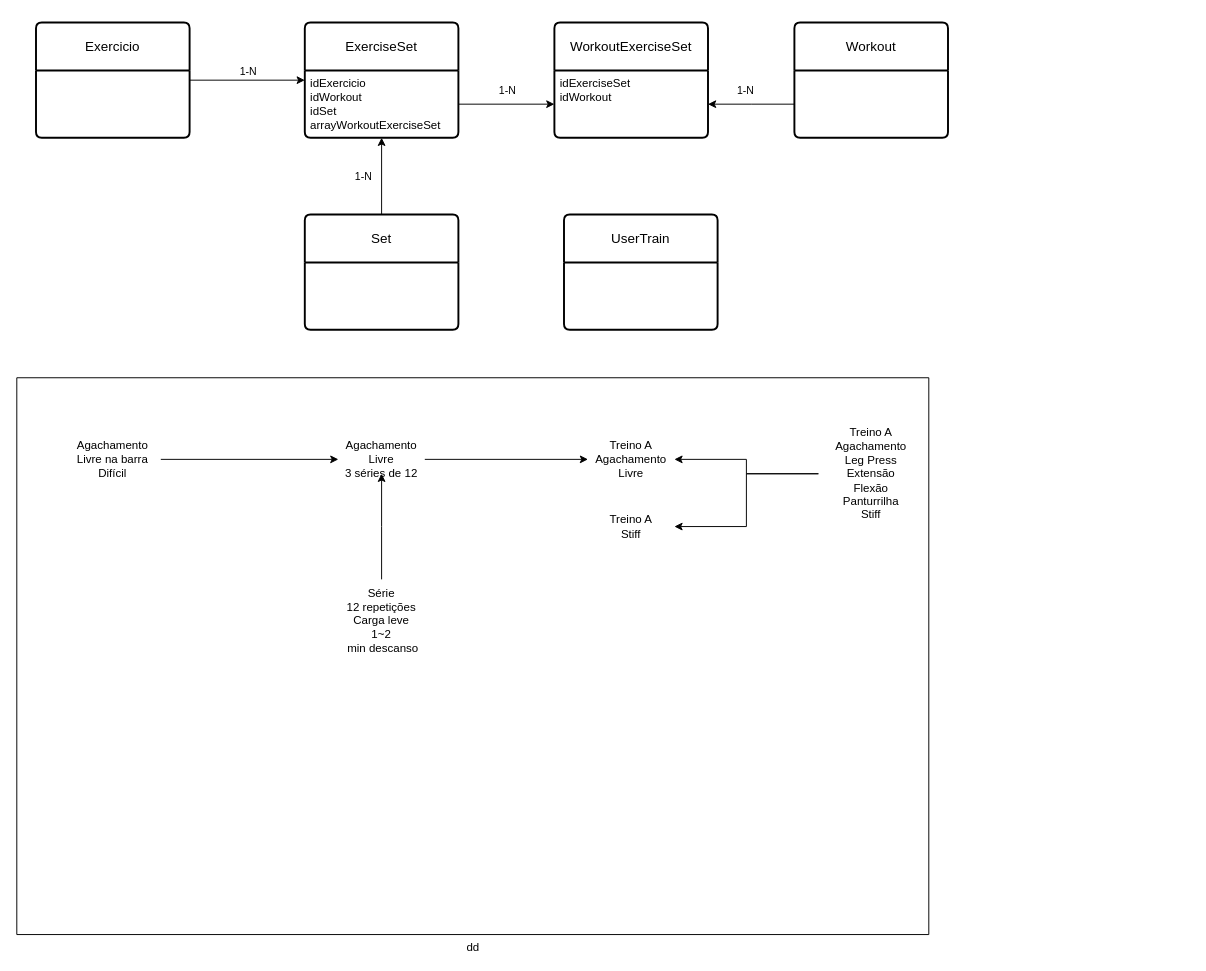
The draw.io diagram er/workouts.drawio in r3soares/akd, before the edit. Source tidied: cells renumbered, new cells numbered last; positions are measured from the earlier drawing's top-left corner, leaving out a move shared by most shapes. Both pictures are drawn from the tidied source at 96%, with x=0, y=0 at pixel (16, 22).
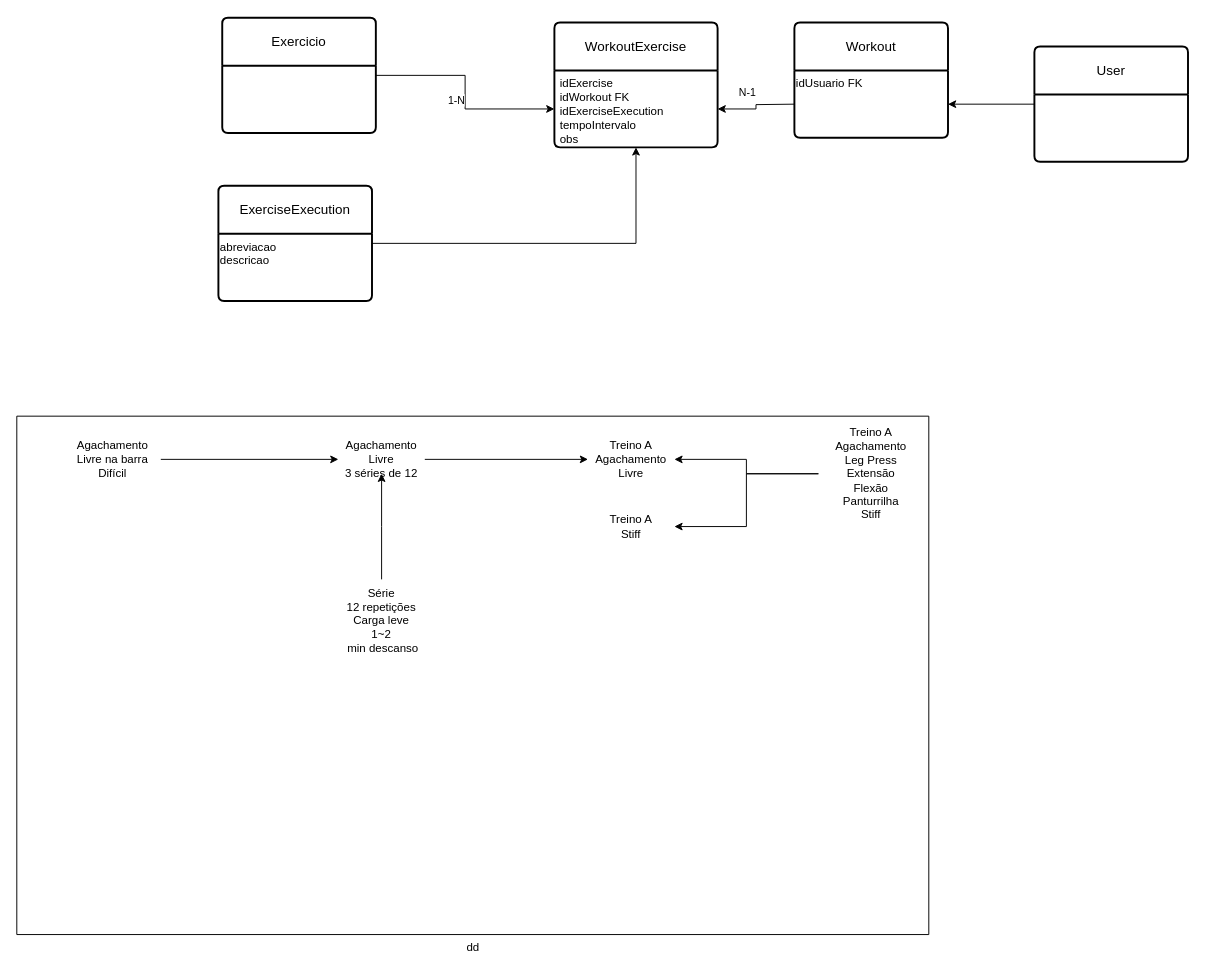
The same diagram, later.

Unchanged cells that the change refers to:
```xml
<mxCell id="10" value="Workout" style="swimlane;horizontal=1;startSize=50;rounded=1;fontSize=14;fontStyle=0;strokeWidth=2;shadow=0;dashed=0;align=center;arcSize=4;whiteSpace=wrap;html=1;" parent="1" vertex="1">
  <mxGeometry x="810" width="160" height="120" as="geometry" />
</mxCell>
```

The edit, as a diff of the source:
```diff
@@
-    <mxCell id="2" style="edgeStyle=orthogonalEdgeStyle;rounded=0;jettySize=auto;html=1;endArrow=classic;endFill=1;" parent="1" edge="1" source="4" target="7">
+    <mxCell id="2" style="edgeStyle=orthogonalEdgeStyle;rounded=0;jettySize=auto;html=1;endArrow=classic;endFill=1;" parent="1" edge="1" source="4" target="22">
       <mxGeometry relative="1" as="geometry" />
     </mxCell>
@@
     <mxCell id="4" value="Exercicio" style="swimlane;horizontal=1;startSize=50;rounded=1;fontSize=14;fontStyle=0;strokeWidth=2;shadow=0;dashed=0;align=center;arcSize=4;whiteSpace=wrap;html=1;" parent="1" vertex="1">
-      <mxGeometry x="20" width="160" height="120" as="geometry" />
+      <mxGeometry x="214" y="-5" width="160" height="120" as="geometry" />
     </mxCell>
-    <mxCell id="5" style="edgeStyle=orthogonalEdgeStyle;rounded=0;jettySize=auto;html=1;endArrow=none;endFill=0;startArrow=classic;startFill=1;" parent="1" edge="1" source="7" target="9">
-      <mxGeometry relative="1" as="geometry" />
-    </mxCell>
-    <mxCell id="6" value="1-N" style="edgeLabel;html=1;align=center;verticalAlign=middle;" parent="5" vertex="1">
-      <mxGeometry x="-0.19" y="-4" relative="1" as="geometry">
-        <mxPoint x="-16" y="8" as="offset" />
-      </mxGeometry>
-    </mxCell>
-    <mxCell id="7" value="&lt;div&gt;&lt;span style=&quot;background-color: transparent; color: light-dark(rgb(0, 0, 0), rgb(255, 255, 255));&quot;&gt;ExerciseSet&lt;/span&gt;&lt;/div&gt;" style="swimlane;horizontal=1;startSize=50;rounded=1;fontSize=14;fontStyle=0;strokeWidth=2;shadow=0;dashed=0;align=center;arcSize=4;whiteSpace=wrap;html=1;" parent="1" vertex="1">
-      <mxGeometry x="300" width="160" height="120" as="geometry" />
-    </mxCell>
-    <mxCell id="8" value="idExercicio&lt;div&gt;idWorkout&lt;/div&gt;&lt;div&gt;idSet&lt;/div&gt;&lt;div&gt;arrayWork&lt;span style=&quot;background-color: transparent; color: light-dark(rgb(0, 0, 0), rgb(255, 255, 255));&quot;&gt;outExerciseSet&lt;/span&gt;&lt;/div&gt;&lt;div&gt;&lt;br&gt;&lt;/div&gt;" style="align=left;strokeColor=none;fillColor=none;spacingLeft=4;spacingRight=4;fontSize=12;verticalAlign=top;html=1;whiteSpace=wrap;" parent="7" vertex="1">
-      <mxGeometry y="50" width="160" height="70" as="geometry" />
-    </mxCell>
+    <mxCell id="30" style="edgeStyle=orthogonalEdgeStyle;rounded=0;jettySize=auto;html=1;entryX=0.5;entryY=1;entryDx=0;entryDy=0;" parent="1" edge="1" source="9" target="22">
+      <mxGeometry relative="1" as="geometry" />
+    </mxCell>
-    <mxCell id="9" value="Set" style="swimlane;horizontal=1;startSize=50;rounded=1;fontSize=14;fontStyle=0;strokeWidth=2;shadow=0;dashed=0;align=center;arcSize=4;whiteSpace=wrap;html=1;" parent="1" vertex="1">
-      <mxGeometry x="300" y="200" width="160" height="120" as="geometry" />
+    <mxCell id="9" value="ExerciseExecution" style="swimlane;horizontal=1;startSize=50;rounded=1;fontSize=14;fontStyle=0;strokeWidth=2;shadow=0;dashed=0;align=center;arcSize=4;whiteSpace=wrap;html=1;" parent="1" vertex="1">
+      <mxGeometry x="210" y="170" width="160" height="120" as="geometry" />
     </mxCell>
+    <mxCell id="31" value="abreviacao&lt;div&gt;descricao&lt;/div&gt;" style="text;html=1;whiteSpace=wrap;strokeColor=none;fillColor=none;align=left;verticalAlign=top;rounded=0;" parent="9" vertex="1">
+      <mxGeometry y="50" width="160" height="70" as="geometry" />
+    </mxCell>
@@
+    <mxCell id="32" value="idUsuario FK" style="text;html=1;whiteSpace=wrap;strokeColor=none;fillColor=none;align=left;verticalAlign=top;rounded=0;" parent="10" vertex="1">
+      <mxGeometry y="50" width="160" height="70" as="geometry" />
+    </mxCell>
     <mxCell id="11" value="dd" style="verticalLabelPosition=bottom;verticalAlign=top;html=1;shape=mxgraph.basic.rect;fillColor2=none;strokeWidth=1;size=20;indent=5;" parent="1" vertex="1">
-      <mxGeometry y="370" width="950" height="580" as="geometry" />
+      <mxGeometry y="410" width="950" height="540" as="geometry" />
     </mxCell>
@@
-    <mxCell id="21" value="WorkoutExerciseSet" style="swimlane;horizontal=1;startSize=50;rounded=1;fontSize=14;fontStyle=0;strokeWidth=2;shadow=0;dashed=0;align=center;arcSize=4;whiteSpace=wrap;html=1;" parent="1" vertex="1">
-      <mxGeometry x="560" width="160" height="120" as="geometry" />
+    <mxCell id="21" value="WorkoutExercise" style="swimlane;horizontal=1;startSize=50;rounded=1;fontSize=14;fontStyle=0;strokeWidth=2;shadow=0;dashed=0;align=center;arcSize=4;whiteSpace=wrap;html=1;" parent="1" vertex="1">
+      <mxGeometry x="560" width="170" height="130" as="geometry" />
     </mxCell>
-    <mxCell id="22" value="idExerciseSet&lt;div&gt;idWorkout&lt;/div&gt;" style="align=left;strokeColor=none;fillColor=none;spacingLeft=4;spacingRight=4;fontSize=12;verticalAlign=top;html=1;whiteSpace=wrap;" parent="21" vertex="1">
-      <mxGeometry y="50" width="160" height="70" as="geometry" />
+    <mxCell id="22" value="idExercise&lt;div&gt;idWorkout FK&lt;/div&gt;&lt;div&gt;idExerciseExecution&lt;/div&gt;&lt;div&gt;tempoIntervalo&lt;/div&gt;&lt;div&gt;obs&lt;/div&gt;" style="align=left;strokeColor=none;fillColor=none;spacingLeft=4;spacingRight=4;fontSize=12;verticalAlign=top;html=1;whiteSpace=wrap;" parent="21" vertex="1">
+      <mxGeometry y="50" width="170" height="80" as="geometry" />
     </mxCell>
-    <mxCell id="23" style="rounded=0;jettySize=auto;html=1;strokeColor=default;endArrow=classic;endFill=1;" parent="1" edge="1" source="8" target="22">
-      <mxGeometry relative="1" as="geometry" />
-    </mxCell>
-    <mxCell id="24" value="1-N" style="edgeLabel;html=1;align=center;verticalAlign=middle;" parent="23" vertex="1">
-      <mxGeometry x="0.25" y="-1" relative="1" as="geometry">
-        <mxPoint x="-13" y="-16" as="offset" />
-      </mxGeometry>
-    </mxCell>
@@
-    <mxCell id="26" value="1-N" style="edgeLabel;html=1;align=center;verticalAlign=middle;" parent="1" vertex="1">
-      <mxGeometry x="750" y="80" as="geometry">
-        <mxPoint x="8" y="-10" as="offset" />
+    <mxCell id="26" value="N-1" style="edgeLabel;html=1;align=center;verticalAlign=middle;rotation=0;" parent="1" vertex="1">
+      <mxGeometry x="770" y="70" as="geometry">
+        <mxPoint x="-10" y="2" as="offset" />
       </mxGeometry>
     </mxCell>
@@
-    <mxCell id="29" value="UserTrain" style="swimlane;horizontal=1;startSize=50;rounded=1;fontSize=14;fontStyle=0;strokeWidth=2;shadow=0;dashed=0;align=center;arcSize=4;whiteSpace=wrap;html=1;" parent="1" vertex="1">
-      <mxGeometry x="570" y="200" width="160" height="120" as="geometry" />
-    </mxCell>
+    <mxCell id="33" style="edgeStyle=orthogonalEdgeStyle;rounded=0;jettySize=auto;html=1;" parent="1" edge="1" source="34" target="32">
+      <mxGeometry relative="1" as="geometry" />
+    </mxCell>
+    <mxCell id="34" value="User" style="swimlane;horizontal=1;startSize=50;rounded=1;fontSize=14;fontStyle=0;strokeWidth=2;shadow=0;dashed=0;align=center;arcSize=4;whiteSpace=wrap;html=1;" parent="1" vertex="1">
+      <mxGeometry x="1060" y="25" width="160" height="120" as="geometry" />
+    </mxCell>
```
